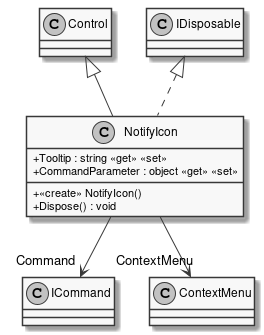
insightmind/MORR keeps this PlantUML diagram as documents/sd/resources/Classes/Core/UI/NotifyIcon.png. Above is the earlier version.
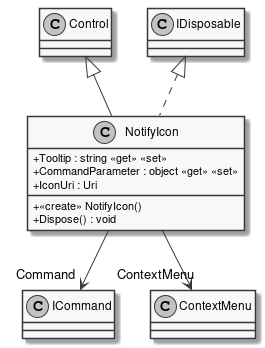
The same diagram one commit later.

Commit message:
Added IconUri to NotifyIcon

Change to the diagram source:
```diff
@@ -5,6 +5,7 @@
     + <<create>> NotifyIcon()
     + Tooltip : string <<get>> <<set>>
     + CommandParameter : object <<get>> <<set>>
+    + IconUri : Uri
     + Dispose() : void
 }
 Control <|-- NotifyIcon
```
